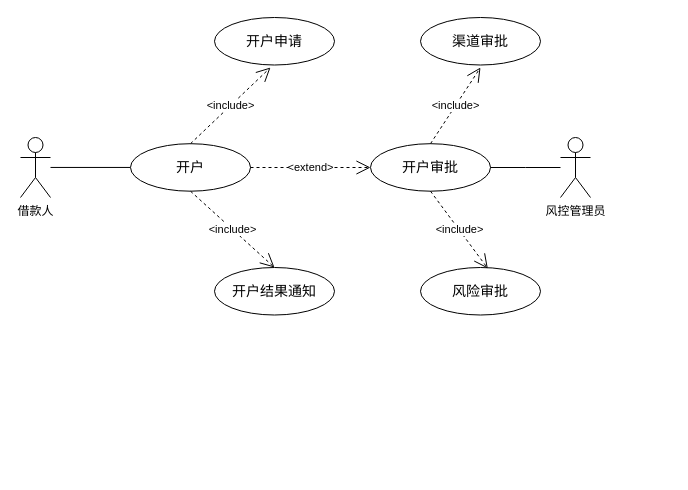
This is 开户用例图.drawio from wuxiao-web/graduationThesis, a draw.io file, before an edit. Source tidied: cells renumbered, new cells numbered last; positions are measured from the earlier drawing's top-left corner, leaving out a move shared by most shapes. Both pictures are drawn from the tidied source at 100%, with x=0, y=0 at pixel (20, 17).
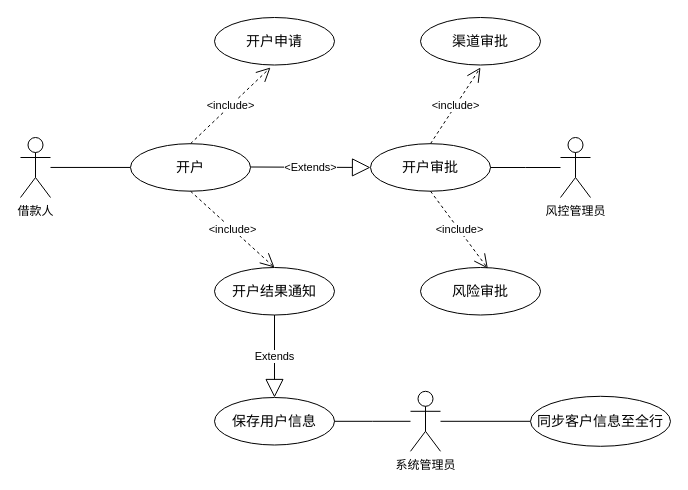
Above is the later version.

Commit message (it also covers changes not shown here):
更新开户用例图.drawio

The change refers to these unchanged cells:
```xml
<mxCell id="9" value="&lt;font style=&quot;font-size: 14px;&quot;&gt;开户结果通知&lt;/font&gt;" style="ellipse;whiteSpace=wrap;html=1;" parent="1" vertex="1">
  <mxGeometry x="194" y="250" width="120" height="47.5" as="geometry" />
</mxCell>
```

The edit, as a diff of the source:
```diff
@@
-    <mxCell id="14" value="&amp;lt;extend&amp;gt;" style="endArrow=open;endSize=12;dashed=1;html=1;rounded=0;" parent="1" edge="1">
-      <mxGeometry relative="1" as="geometry">
-        <mxPoint x="230" y="150" as="sourcePoint" />
-        <mxPoint x="350" y="150" as="targetPoint" />
-      </mxGeometry>
-    </mxCell>
@@
+    <mxCell id="17" value="&amp;lt;Extends&amp;gt;" style="endArrow=block;endSize=16;endFill=0;html=1;rounded=0;" parent="1" edge="1">
+      <mxGeometry relative="1" as="geometry">
+        <mxPoint x="230" y="149.5" as="sourcePoint" />
+        <mxPoint x="350" y="150" as="targetPoint" />
+      </mxGeometry>
+    </mxCell>
+    <mxCell id="18" value="&lt;span style=&quot;font-size: 14px;&quot;&gt;保存用户信息&lt;/span&gt;" style="ellipse;whiteSpace=wrap;html=1;" parent="1" vertex="1">
+      <mxGeometry x="194" y="380" width="120" height="47.5" as="geometry" />
+    </mxCell>
+    <mxCell id="19" value="Extends" style="endArrow=block;endSize=16;endFill=0;html=1;rounded=0;exitX=0.5;exitY=1;exitDx=0;exitDy=0;entryX=0.5;entryY=0;entryDx=0;entryDy=0;" parent="1" edge="1" source="9" target="18">
+      <mxGeometry relative="1" as="geometry" />
+    </mxCell>
+    <mxCell id="20" style="edgeStyle=orthogonalEdgeStyle;rounded=0;jettySize=auto;html=1;endArrow=none;endFill=0;" parent="1" edge="1" source="22" target="18">
+      <mxGeometry relative="1" as="geometry" />
+    </mxCell>
+    <mxCell id="21" style="edgeStyle=orthogonalEdgeStyle;rounded=0;jettySize=auto;html=1;endArrow=none;endFill=0;" parent="1" edge="1" source="22" target="23">
+      <mxGeometry relative="1" as="geometry" />
+    </mxCell>
+    <mxCell id="22" value="系统管理员" style="shape=umlActor;verticalLabelPosition=bottom;verticalAlign=top;html=1;" parent="1" vertex="1">
+      <mxGeometry x="390" y="373.8" width="30" height="60" as="geometry" />
+    </mxCell>
+    <mxCell id="23" value="&lt;span style=&quot;font-size: 14px;&quot;&gt;同步客户信息至全行&lt;/span&gt;" style="ellipse;whiteSpace=wrap;html=1;" parent="1" vertex="1">
+      <mxGeometry x="510" y="378.8" width="140" height="50" as="geometry" />
+    </mxCell>
```
